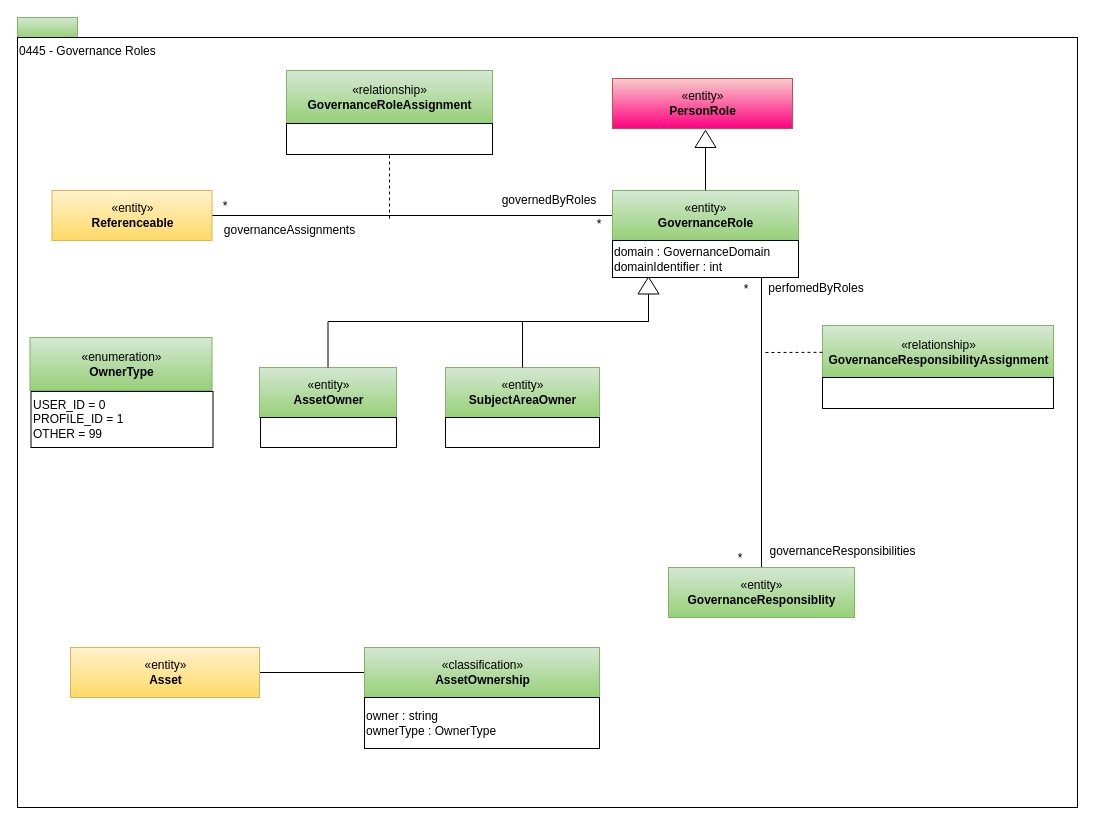
Before: page "0445-Governance-Roles" (17 of 28) of open-metadata-publication/website/open-metadata-types/area-4-governance.drawio in odpi/egeria, a draw.io diagram. Source tidied: cells renumbered, new cells numbered last; positions are measured from the earlier drawing's top-left corner, leaving out a move shared by most shapes. Both pictures are drawn from the tidied source at 100%, with x=0, y=0 at pixel (17, 17).
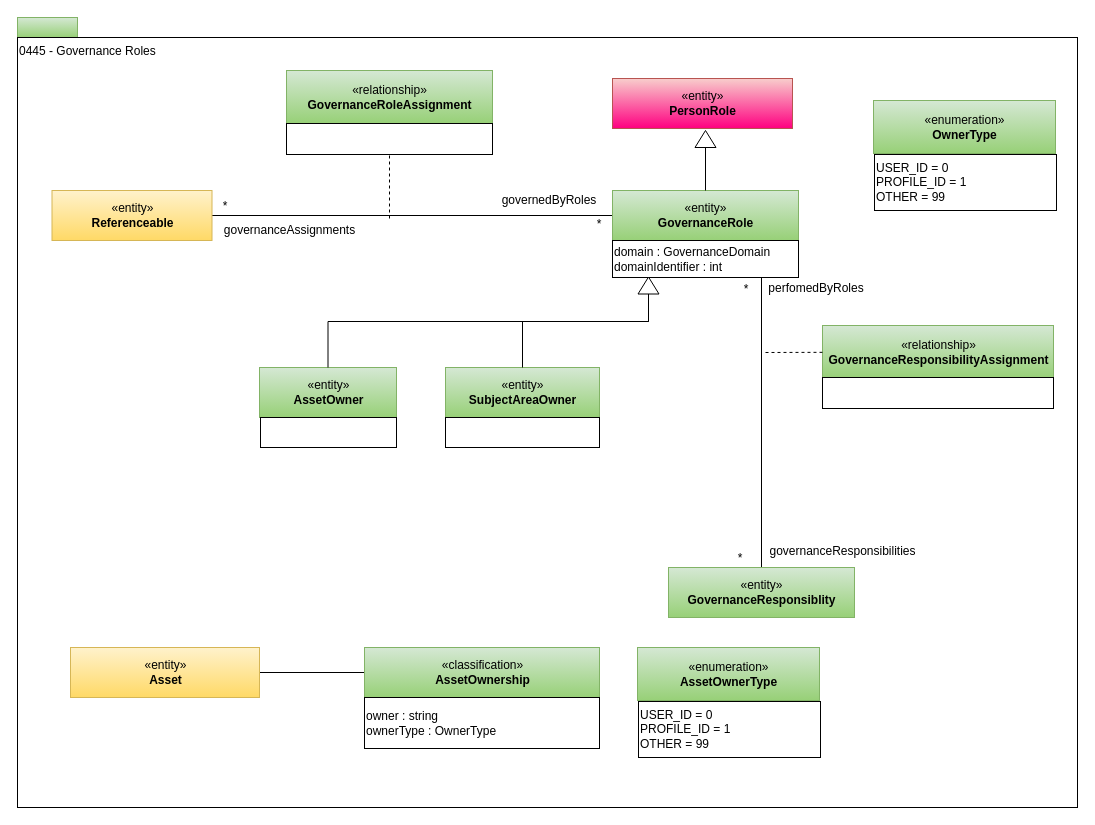
Above is the later version.

What changed in the source:
```diff
@@
     <mxCell id="35" value="«enumeration»&lt;br&gt;&lt;b&gt;OwnerType&lt;/b&gt;" style="html=1;strokeColor=#82b366;align=center;fillColor=#d5e8d4;gradientColor=#97d077;" parent="1" vertex="1">
-      <mxGeometry x="12.5" y="320" width="182" height="53" as="geometry" />
+      <mxGeometry x="856" y="83" width="182" height="53" as="geometry" />
     </mxCell>
     <mxCell id="36" value="USER_ID = 0&lt;br&gt;PROFILE_ID = 1&lt;br&gt;OTHER = 99&lt;br&gt;" style="rounded=0;whiteSpace=wrap;html=1;strokeColor=#000000;gradientColor=#ffffff;align=left;" parent="1" vertex="1">
-      <mxGeometry x="13.5" y="374" width="182" height="56" as="geometry" />
+      <mxGeometry x="857" y="137" width="182" height="56" as="geometry" />
     </mxCell>
@@
+    <mxCell id="40" value="«enumeration»&lt;br&gt;&lt;b&gt;AssetOwnerType&lt;/b&gt;" style="html=1;strokeColor=#82b366;align=center;fillColor=#d5e8d4;gradientColor=#97d077;" parent="1" vertex="1">
+      <mxGeometry x="620" y="630" width="182" height="53" as="geometry" />
+    </mxCell>
+    <mxCell id="41" value="USER_ID = 0&lt;br&gt;PROFILE_ID = 1&lt;br&gt;OTHER = 99&lt;br&gt;" style="rounded=0;whiteSpace=wrap;html=1;strokeColor=#000000;gradientColor=#ffffff;align=left;" parent="1" vertex="1">
+      <mxGeometry x="621" y="684" width="182" height="56" as="geometry" />
+    </mxCell>
```
